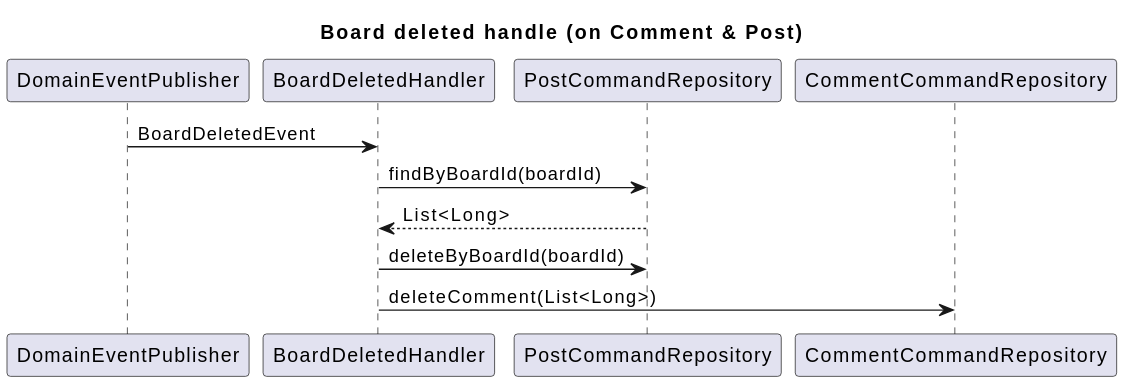
Above: document/puml/event/eventHandling/boardContext/postAggregate/BoardDeletedHandling.svg in SimpleBoardTeam/server-hyunchang (PlantUML), before the change. Its diagram source:
```plantuml
@startuml
title Board deleted handle (on Comment & Post)

participant DomainEventPublisher
participant BoardDeletedHandler
participant PostCommandRepository
participant CommentCommandRepository

DomainEventPublisher -> BoardDeletedHandler : BoardDeletedEvent
BoardDeletedHandler -> PostCommandRepository : findByBoardId(boardId)
PostCommandRepository --> BoardDeletedHandler : List<Long>
BoardDeletedHandler -> PostCommandRepository : deleteByBoardId(boardId)
BoardDeletedHandler -> CommentCommandRepository : deleteComment(List<Long>)
@enduml
```
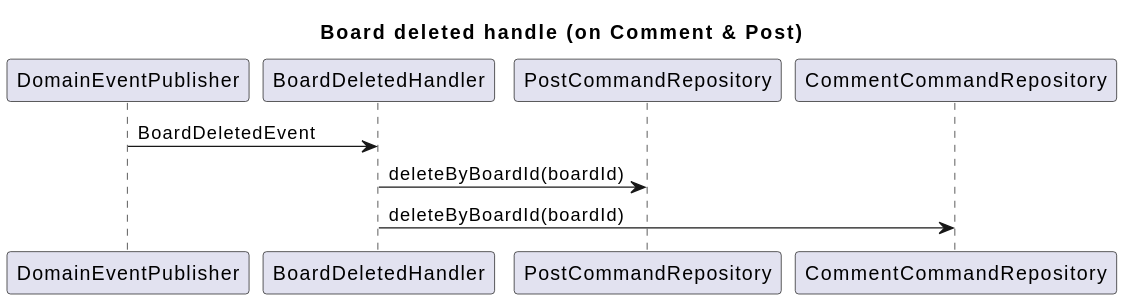
After the commit.

What changed in the source:
```diff
@@ -7,8 +7,6 @@
 participant CommentCommandRepository
 
 DomainEventPublisher -> BoardDeletedHandler : BoardDeletedEvent
-BoardDeletedHandler -> PostCommandRepository : findByBoardId(boardId)
-PostCommandRepository --> BoardDeletedHandler : List<Long>
 BoardDeletedHandler -> PostCommandRepository : deleteByBoardId(boardId)
-BoardDeletedHandler -> CommentCommandRepository : deleteComment(List<Long>)
+BoardDeletedHandler -> CommentCommandRepository : deleteByBoardId(boardId)
 @enduml
```
